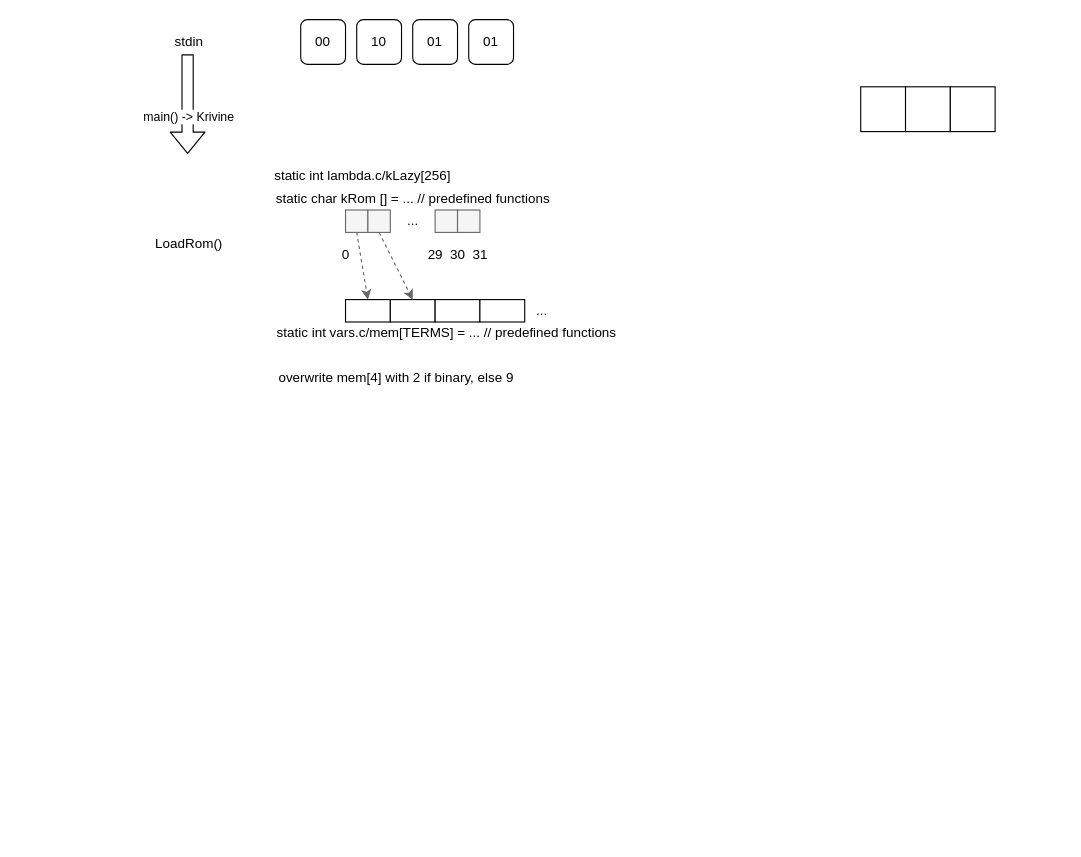
Before: blc.drawio in guitarvydas/ptblc, a draw.io diagram. Source tidied: cells renumbered, new cells numbered last; positions are measured from the earlier drawing's top-left corner, leaving out a move shared by most shapes. Both pictures are drawn from the tidied source at 112%, with x=0, y=0 at pixel (143, 19).
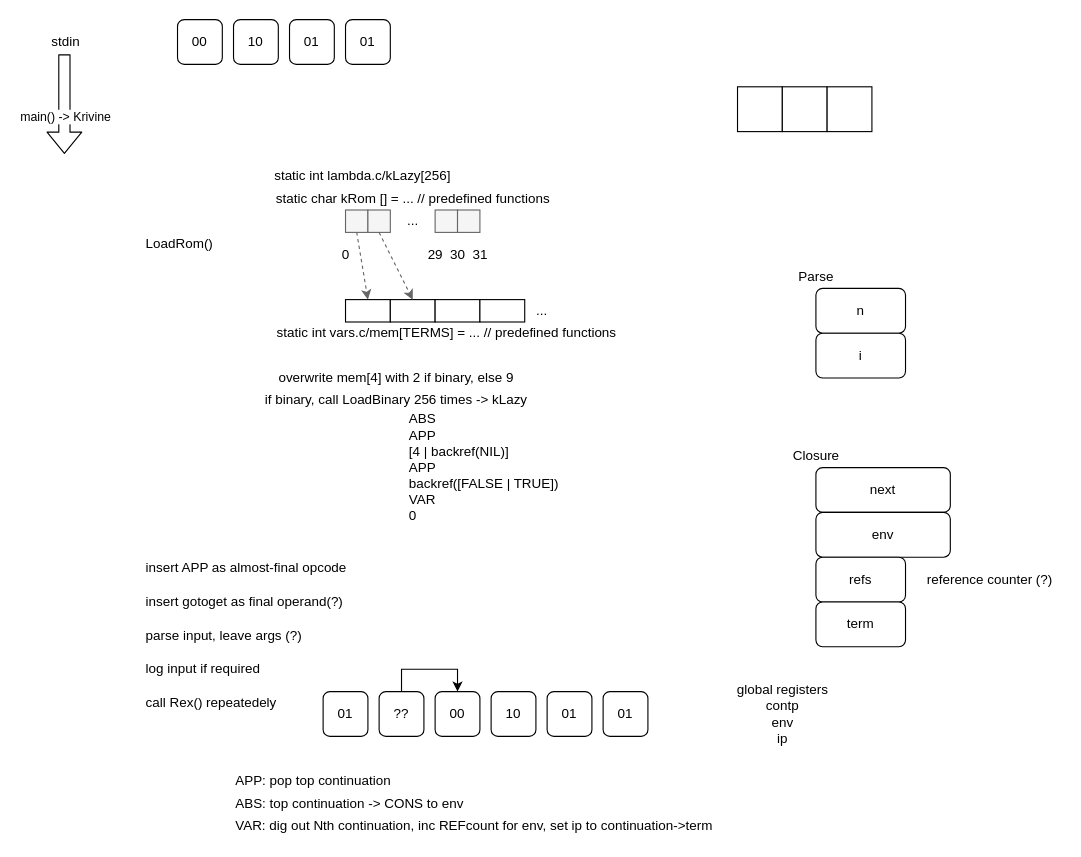
After the change.

Change to the diagram source:
```diff
@@
     <mxCell id="2" value="00" style="rounded=1;whiteSpace=wrap;html=1;" parent="1" vertex="1">
-      <mxGeometry x="140" width="40" height="40" as="geometry" />
+      <mxGeometry x="30" width="40" height="40" as="geometry" />
     </mxCell>
     <mxCell id="3" value="10" style="rounded=1;whiteSpace=wrap;html=1;" parent="1" vertex="1">
-      <mxGeometry x="190" width="40" height="40" as="geometry" />
+      <mxGeometry x="80" width="40" height="40" as="geometry" />
     </mxCell>
     <mxCell id="4" value="01" style="rounded=1;whiteSpace=wrap;html=1;" parent="1" vertex="1">
-      <mxGeometry x="240" width="40" height="40" as="geometry" />
+      <mxGeometry x="130" width="40" height="40" as="geometry" />
     </mxCell>
     <mxCell id="5" value="01" style="rounded=1;whiteSpace=wrap;html=1;" parent="1" vertex="1">
-      <mxGeometry x="290" width="40" height="40" as="geometry" />
+      <mxGeometry x="180" width="40" height="40" as="geometry" />
     </mxCell>
     <mxCell id="6" style="rounded=0;whiteSpace=wrap;html=1;" parent="1" vertex="1">
-      <mxGeometry x="640" y="60" width="40" height="40" as="geometry" />
+      <mxGeometry x="530" y="60" width="40" height="40" as="geometry" />
     </mxCell>
@@
     <mxCell id="9" style="rounded=0;whiteSpace=wrap;html=1;" parent="1" vertex="1">
-      <mxGeometry x="680" y="60" width="40" height="40" as="geometry" />
+      <mxGeometry x="570" y="60" width="40" height="40" as="geometry" />
     </mxCell>
     <mxCell id="10" style="rounded=0;whiteSpace=wrap;html=1;" parent="1" vertex="1">
-      <mxGeometry x="720" y="60" width="40" height="40" as="geometry" />
+      <mxGeometry x="610" y="60" width="40" height="40" as="geometry" />
     </mxCell>
     <mxCell id="11" value="stdin" style="text;html=1;align=center;verticalAlign=middle;points=[];strokeColor=none;" parent="1" vertex="1">
-      <mxGeometry x="20" y="10" width="40" height="20" as="geometry" />
+      <mxGeometry x="-90" y="10" width="40" height="20" as="geometry" />
     </mxCell>
     <mxCell id="12" style="shape=flexArrow;endArrow=classic;html=1;exitX=0.475;exitY=1.05;exitDx=0;exitDy=0;exitPerimeter=0;" parent="1" edge="1" source="11">
       <mxGeometry relative="1" as="geometry">
-        <mxPoint x="39" y="120" as="targetPoint" />
+        <mxPoint x="-71" y="120" as="targetPoint" />
       </mxGeometry>
     </mxCell>
@@
-    <mxCell id="14" value="LoadRom()" style="text;html=1;align=center;verticalAlign=middle;strokeColor=none;" parent="1" vertex="1">
+    <mxCell id="14" value="LoadRom()" style="text;html=1;align=left;verticalAlign=middle;strokeColor=none;" parent="1" vertex="1">
       <mxGeometry y="190" width="80" height="20" as="geometry" />
     </mxCell>
@@
+    <mxCell id="33" value="if binary, call LoadBinary 256 times -&amp;gt; kLazy" style="text;html=1;align=center;verticalAlign=middle;strokeColor=none;" parent="1" vertex="1">
+      <mxGeometry x="100" y="330" width="250" height="20" as="geometry" />
+    </mxCell>
+    <mxCell id="34" value="ABS &lt;br&gt;APP&lt;br&gt;[4 | backref(NIL)]&lt;br&gt;APP&lt;br&gt;backref([FALSE | TRUE])&lt;br&gt;VAR&lt;br&gt;0&amp;nbsp;" style="text;html=1;align=left;verticalAlign=middle;strokeColor=none;" parent="1" vertex="1">
+      <mxGeometry x="235" y="350" width="150" height="100" as="geometry" />
+    </mxCell>
+    <mxCell id="35" value="insert APP as almost-final opcode" style="text;html=1;align=left;verticalAlign=middle;strokeColor=none;" parent="1" vertex="1">
+      <mxGeometry y="480" width="190" height="20" as="geometry" />
+    </mxCell>
+    <mxCell id="36" value="insert gotoget as final operand(?)" style="text;html=1;align=left;verticalAlign=middle;strokeColor=none;" parent="1" vertex="1">
+      <mxGeometry y="510" width="190" height="20" as="geometry" />
+    </mxCell>
+    <mxCell id="37" value="parse input, leave args (?)" style="text;html=1;align=left;verticalAlign=middle;strokeColor=none;" parent="1" vertex="1">
+      <mxGeometry y="540" width="150" height="20" as="geometry" />
+    </mxCell>
+    <mxCell id="38" value="log input if required" style="text;html=1;align=left;verticalAlign=middle;strokeColor=none;" parent="1" vertex="1">
+      <mxGeometry y="570" width="120" height="20" as="geometry" />
+    </mxCell>
+    <mxCell id="39" value="call Rex() repeatedely" style="text;html=1;align=left;verticalAlign=middle;strokeColor=none;" parent="1" vertex="1">
+      <mxGeometry y="600" width="130" height="20" as="geometry" />
+    </mxCell>
+    <mxCell id="40" value="00" style="rounded=1;whiteSpace=wrap;html=1;" parent="1" vertex="1">
+      <mxGeometry x="260" y="600" width="40" height="40" as="geometry" />
+    </mxCell>
+    <mxCell id="41" value="10" style="rounded=1;whiteSpace=wrap;html=1;" parent="1" vertex="1">
+      <mxGeometry x="310" y="600" width="40" height="40" as="geometry" />
+    </mxCell>
+    <mxCell id="42" value="01" style="rounded=1;whiteSpace=wrap;html=1;" parent="1" vertex="1">
+      <mxGeometry x="360" y="600" width="40" height="40" as="geometry" />
+    </mxCell>
+    <mxCell id="43" value="01" style="rounded=1;whiteSpace=wrap;html=1;" parent="1" vertex="1">
+      <mxGeometry x="410" y="600" width="40" height="40" as="geometry" />
+    </mxCell>
+    <mxCell id="44" value="01" style="rounded=1;whiteSpace=wrap;html=1;" parent="1" vertex="1">
+      <mxGeometry x="160" y="600" width="40" height="40" as="geometry" />
+    </mxCell>
+    <mxCell id="45" style="edgeStyle=orthogonalEdgeStyle;rounded=0;jettySize=auto;html=1;exitX=0.5;exitY=0;exitDx=0;exitDy=0;entryX=0.5;entryY=0;entryDx=0;entryDy=0;" parent="1" edge="1" source="46" target="40">
+      <mxGeometry relative="1" as="geometry" />
+    </mxCell>
+    <mxCell id="46" value="??" style="rounded=1;whiteSpace=wrap;html=1;" parent="1" vertex="1">
+      <mxGeometry x="210" y="600" width="40" height="40" as="geometry" />
+    </mxCell>
+    <mxCell id="47" value="next" style="rounded=1;whiteSpace=wrap;html=1;align=center;" parent="1" vertex="1">
+      <mxGeometry x="600" y="400" width="120" height="40" as="geometry" />
+    </mxCell>
+    <mxCell id="48" value="env" style="rounded=1;whiteSpace=wrap;html=1;align=center;" parent="1" vertex="1">
+      <mxGeometry x="600" y="440" width="120" height="40" as="geometry" />
+    </mxCell>
+    <mxCell id="49" value="refs" style="rounded=1;whiteSpace=wrap;html=1;align=center;" parent="1" vertex="1">
+      <mxGeometry x="600" y="480" width="80" height="40" as="geometry" />
+    </mxCell>
+    <mxCell id="50" value="term" style="rounded=1;whiteSpace=wrap;html=1;align=center;" parent="1" vertex="1">
+      <mxGeometry x="600" y="520" width="80" height="40" as="geometry" />
+    </mxCell>
+    <mxCell id="51" value="Closure" style="text;html=1;align=center;verticalAlign=middle;strokeColor=none;" parent="1" vertex="1">
+      <mxGeometry x="570" y="380" width="60" height="20" as="geometry" />
+    </mxCell>
+    <mxCell id="52" value="n" style="rounded=1;whiteSpace=wrap;html=1;align=center;" parent="1" vertex="1">
+      <mxGeometry x="600" y="240" width="80" height="40" as="geometry" />
+    </mxCell>
+    <mxCell id="53" value="i" style="rounded=1;whiteSpace=wrap;html=1;align=center;" parent="1" vertex="1">
+      <mxGeometry x="600" y="280" width="80" height="40" as="geometry" />
+    </mxCell>
+    <mxCell id="54" value="Parse" style="text;html=1;align=center;verticalAlign=middle;strokeColor=none;" parent="1" vertex="1">
+      <mxGeometry x="575" y="220" width="50" height="20" as="geometry" />
+    </mxCell>
+    <mxCell id="55" value="global registers&lt;br&gt;contp&lt;br&gt;env&lt;br&gt;ip" style="text;html=1;align=center;verticalAlign=middle;strokeColor=none;" parent="1" vertex="1">
+      <mxGeometry x="520" y="590" width="100" height="60" as="geometry" />
+    </mxCell>
+    <mxCell id="56" value="APP: pop top continuation" style="text;html=1;align=left;verticalAlign=middle;strokeColor=none;" parent="1" vertex="1">
+      <mxGeometry x="80" y="670" width="150" height="20" as="geometry" />
+    </mxCell>
+    <mxCell id="57" value="ABS: top continuation -&amp;gt; CONS to env" style="text;html=1;align=left;verticalAlign=middle;strokeColor=none;" parent="1" vertex="1">
+      <mxGeometry x="80" y="690" width="220" height="20" as="geometry" />
+    </mxCell>
+    <mxCell id="58" value="VAR: dig out Nth continuation, inc REFcount for env, set ip to continuation-&amp;gt;term" style="text;html=1;align=left;verticalAlign=middle;strokeColor=none;" parent="1" vertex="1">
+      <mxGeometry x="80" y="710" width="440" height="20" as="geometry" />
+    </mxCell>
+    <mxCell id="59" value="reference counter (?)" style="text;html=1;align=center;verticalAlign=middle;strokeColor=none;" parent="1" vertex="1">
+      <mxGeometry x="690" y="490" width="130" height="20" as="geometry" />
+    </mxCell>
```
